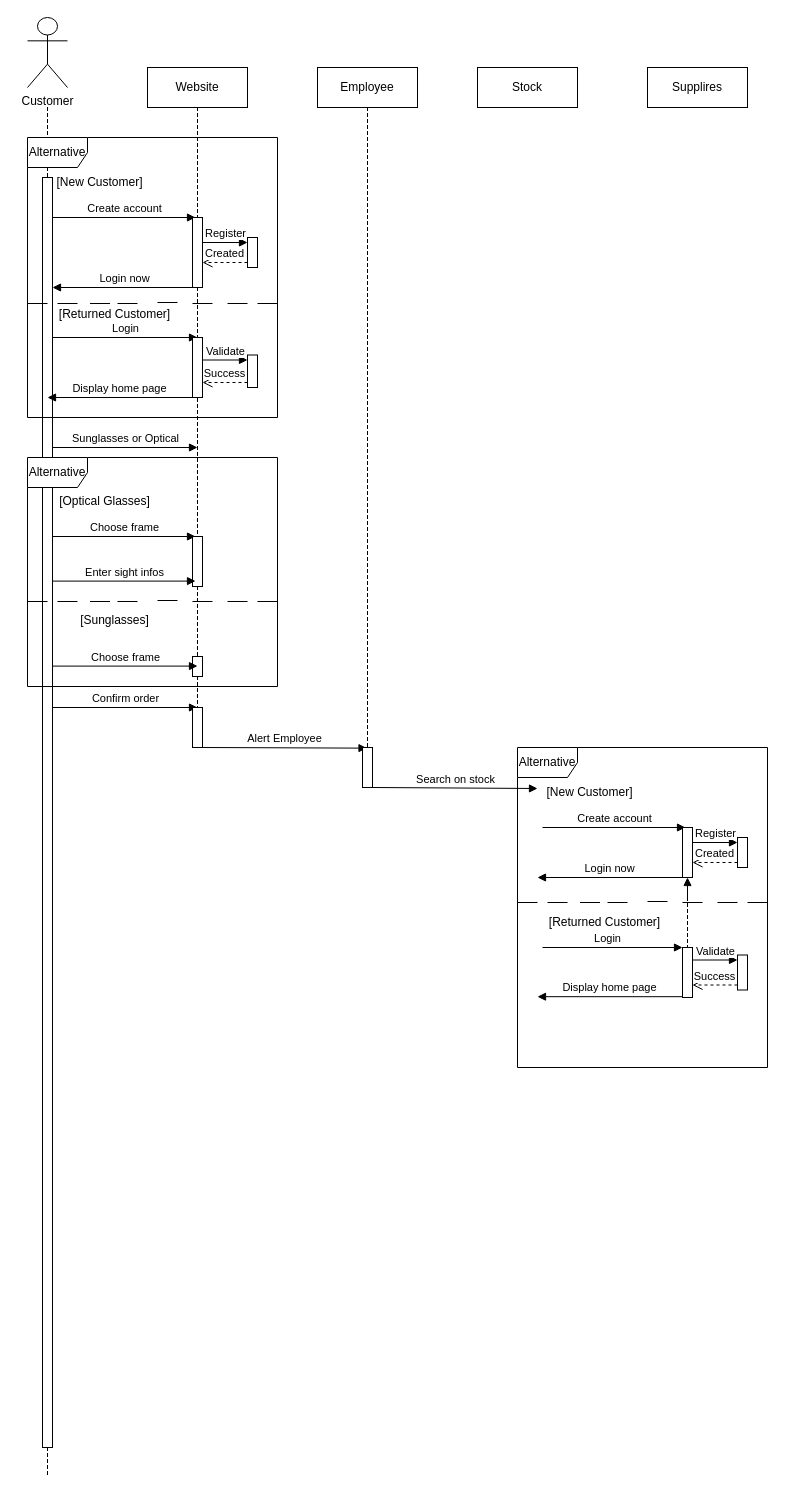
This is Untitled Diagram.drawio from ahmedlshennawy/optional, a draw.io file, before an edit. Source tidied: cells renumbered, new cells numbered last; positions are measured from the earlier drawing's top-left corner, leaving out a move shared by most shapes. Both pictures are drawn from the tidied source at 100%, with x=0, y=0 at pixel (17, 17).
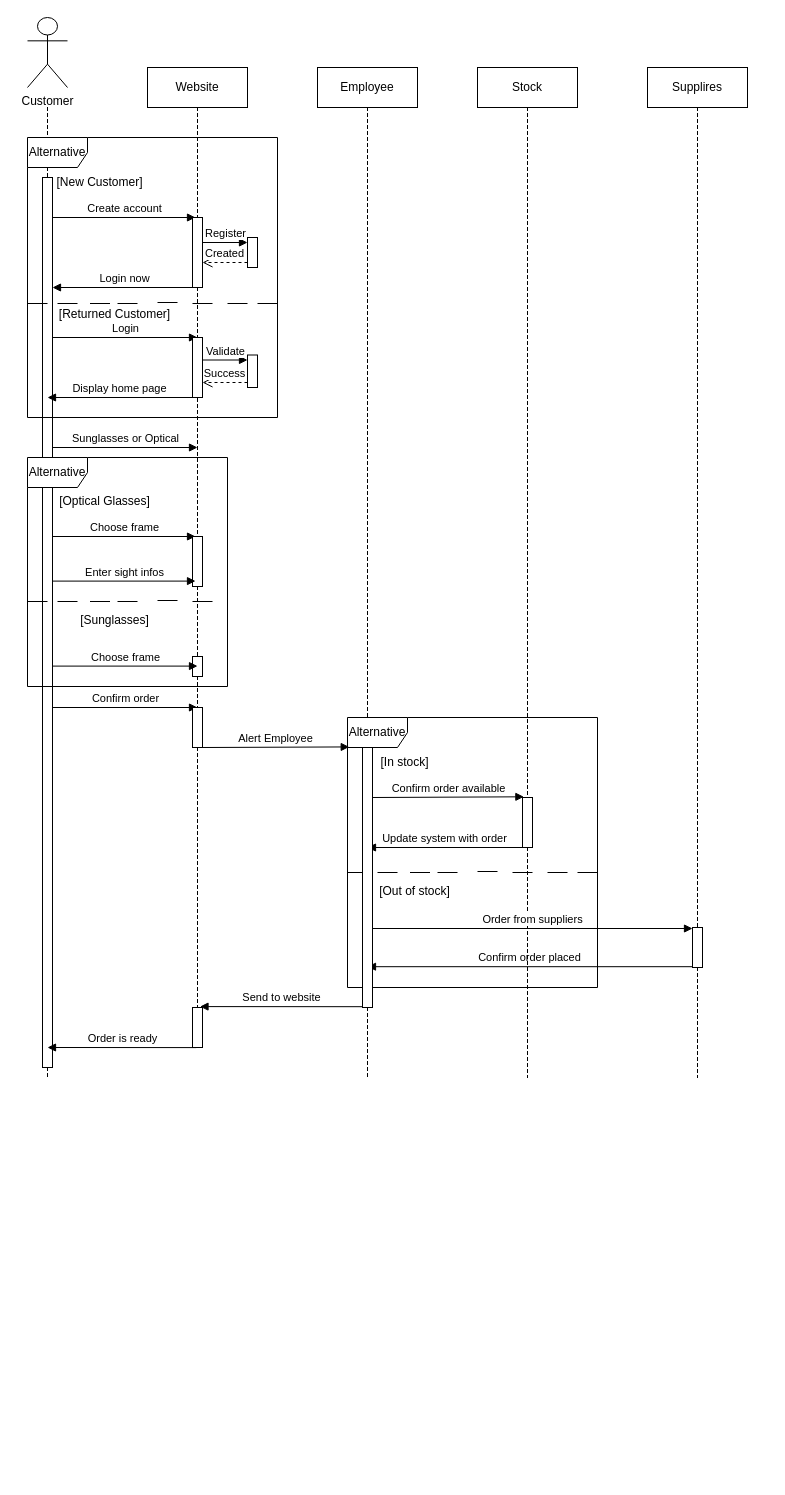
Above is the later version.

What changed in the source:
```diff
@@
     <mxCell id="9" style="html=1;perimeter=orthogonalPerimeter;targetShapes=umlLifeline;newEdgeStyle={&quot;curved&quot;:0,&quot;rounded&quot;:0};" parent="1" vertex="1">
-      <mxGeometry x="25" y="160" width="10" height="1270" as="geometry" />
+      <mxGeometry x="25" y="160" width="10" height="890" as="geometry" />
     </mxCell>
     <mxCell id="10" style="shape=partialRectangle;fillColor=none;align=left;verticalAlign=middle;strokeColor=none;spacingLeft=34;" parent="1" vertex="1">
-      <mxGeometry y="1430" width="90" height="30" as="geometry" />
+      <mxGeometry y="1050" width="90" height="10" as="geometry" />
     </mxCell>
     <mxCell id="11" style="shape=partialRectangle;top=0;left=0;bottom=0;fillColor=none;stokeWidth=1;dashed=1;align=left;verticalAlign=middle;spacingLeft=4;spacingRight=4;overflow=hidden;" parent="10" vertex="1">
-      <mxGeometry width="30" height="30" as="geometry" />
+      <mxGeometry width="30" height="10" as="geometry" />
     </mxCell>
@@
     <mxCell id="41" value="Alternative" style="shape=umlFrame;whiteSpace=wrap;html=1;" parent="1" vertex="1">
-      <mxGeometry x="10" y="440" width="250" height="229" as="geometry" />
+      <mxGeometry x="10" y="440" width="200" height="229" as="geometry" />
     </mxCell>
@@
-    <mxCell id="56" style="line;strokeWidth=1;fillColor=none;align=left;verticalAlign=middle;spacingTop=-1;spacingLeft=3;spacingRight=3;labelPosition=right;strokeColor=inherit;" parent="1" vertex="1">
-      <mxGeometry x="210" y="580" width="20" height="8" as="geometry" />
-    </mxCell>
-    <mxCell id="57" style="line;strokeWidth=1;fillColor=none;align=left;verticalAlign=middle;spacingTop=-1;spacingLeft=3;spacingRight=3;labelPosition=right;strokeColor=inherit;" parent="1" vertex="1">
-      <mxGeometry x="240" y="580" width="20" height="8" as="geometry" />
-    </mxCell>
     <mxCell id="58" value="Alternative" style="shape=umlFrame;whiteSpace=wrap;html=1;" parent="1" vertex="1">
-      <mxGeometry x="500" y="730" width="250" height="320" as="geometry" />
+      <mxGeometry x="330" y="700" width="250" height="270" as="geometry" />
     </mxCell>
-    <mxCell id="59" value="Create account" style="html=1;verticalAlign=bottom;endArrow=block;curved=0;rounded=0;entryX=0.367;entryY=1;entryDx=0;entryDy=0;entryPerimeter=0;" parent="1" edge="1">
+    <mxCell id="59" value="Confirm order available" style="html=1;verticalAlign=bottom;endArrow=block;curved=0;rounded=0;entryX=0.293;entryY=0.999;entryDx=0;entryDy=0;entryPerimeter=0;" parent="1" edge="1" target="96">
       <mxGeometry relative="1" as="geometry">
-        <mxPoint x="525" y="810" as="sourcePoint" />
-        <mxPoint x="668" y="810" as="targetPoint" />
+        <mxPoint x="355" y="780" as="sourcePoint" />
       </mxGeometry>
     </mxCell>
-    <mxCell id="60" value="Login now" style="html=1;verticalAlign=bottom;endArrow=block;curved=0;rounded=0;" parent="1" edge="1" source="88">
+    <mxCell id="60" value="Update system with order" style="html=1;verticalAlign=bottom;endArrow=block;curved=0;rounded=0;" parent="1" edge="1" source="88">
       <mxGeometry relative="1" as="geometry">
-        <mxPoint x="520" y="860" as="targetPoint" />
+        <mxPoint x="350" y="830" as="targetPoint" />
       </mxGeometry>
     </mxCell>
-    <mxCell id="61" style="html=1;points=[[0,0,0,0,5],[0,1,0,0,-5],[1,0,0,0,5],[1,1,0,0,-5]];perimeter=orthogonalPerimeter;outlineConnect=0;targetShapes=umlLifeline;portConstraint=eastwest;newEdgeStyle={&quot;curved&quot;:0,&quot;rounded&quot;:0};" parent="1" vertex="1">
-      <mxGeometry x="720" y="820" width="10" height="30" as="geometry" />
-    </mxCell>
-    <mxCell id="62" value="Register" style="html=1;verticalAlign=bottom;endArrow=block;curved=0;rounded=0;entryX=0;entryY=0;entryDx=0;entryDy=5;" parent="1" edge="1" source="88" target="61">
-      <mxGeometry relative="1" as="geometry" />
-    </mxCell>
-    <mxCell id="63" value="Created" style="html=1;verticalAlign=bottom;endArrow=open;dashed=1;endSize=8;curved=0;rounded=0;exitX=0;exitY=1;exitDx=0;exitDy=-5;" parent="1" edge="1" source="61" target="88">
-      <mxGeometry relative="1" as="geometry" />
-    </mxCell>
-    <mxCell id="64" value="[New Customer]" style="text;html=1;align=center;verticalAlign=middle;whiteSpace=wrap;rounded=0;" parent="1" vertex="1">
-      <mxGeometry x="525" y="760" width="95" height="30" as="geometry" />
+    <mxCell id="64" value="[In stock]" style="text;html=1;align=center;verticalAlign=middle;whiteSpace=wrap;rounded=0;" parent="1" vertex="1">
+      <mxGeometry x="340" y="730" width="95" height="30" as="geometry" />
     </mxCell>
-    <mxCell id="65" value="[Returned Customer]" style="text;html=1;align=center;verticalAlign=middle;whiteSpace=wrap;rounded=0;" parent="1" vertex="1">
-      <mxGeometry x="525" y="890" width="125" height="30" as="geometry" />
+    <mxCell id="65" value="[Out of stock]" style="text;html=1;align=center;verticalAlign=middle;whiteSpace=wrap;rounded=0;" parent="1" vertex="1">
+      <mxGeometry x="335" y="859" width="125" height="30" as="geometry" />
     </mxCell>
-    <mxCell id="66" value="Login" style="html=1;verticalAlign=bottom;endArrow=block;curved=0;rounded=0;" parent="1" edge="1" source="95">
-      <mxGeometry x="1" y="89" relative="1" as="geometry">
-        <mxPoint x="670" y="970" as="targetPoint" />
-        <mxPoint x="9" y="-40" as="offset" />
-      </mxGeometry>
-    </mxCell>
-    <mxCell id="67" value="Display home page" style="html=1;verticalAlign=bottom;endArrow=block;curved=0;rounded=0;" parent="1" edge="1">
+    <mxCell id="67" value="Confirm order placed" style="html=1;verticalAlign=bottom;endArrow=block;curved=0;rounded=0;" parent="1" edge="1" source="99">
       <mxGeometry relative="1" as="geometry">
-        <mxPoint x="665" y="979.2" as="sourcePoint" />
-        <mxPoint x="520" y="979.2" as="targetPoint" />
+        <mxPoint x="350" y="949.2" as="targetPoint" />
       </mxGeometry>
     </mxCell>
-    <mxCell id="68" style="html=1;points=[[0,0,0,0,5],[0,1,0,0,-5],[1,0,0,0,5],[1,1,0,0,-5]];perimeter=orthogonalPerimeter;outlineConnect=0;targetShapes=umlLifeline;portConstraint=eastwest;newEdgeStyle={&quot;curved&quot;:0,&quot;rounded&quot;:0};" parent="1" vertex="1">
-      <mxGeometry x="720" y="937.5" width="10" height="35" as="geometry" />
-    </mxCell>
-    <mxCell id="69" value="Validate" style="html=1;verticalAlign=bottom;endArrow=block;curved=0;rounded=0;entryX=0;entryY=0;entryDx=0;entryDy=5;" parent="1" edge="1" source="95" target="68">
-      <mxGeometry relative="1" as="geometry" />
-    </mxCell>
-    <mxCell id="70" value="Success" style="html=1;verticalAlign=bottom;endArrow=open;dashed=1;endSize=8;curved=0;rounded=0;exitX=0;exitY=1;exitDx=0;exitDy=-5;" parent="1" edge="1" source="68" target="95">
-      <mxGeometry relative="1" as="geometry" />
-    </mxCell>
     <mxCell id="71" style="shape=partialRectangle;fillColor=none;align=left;verticalAlign=middle;strokeColor=none;spacingLeft=34;" parent="1" vertex="1">
-      <mxGeometry x="640" y="880" width="90" height="50" as="geometry" />
+      <mxGeometry x="480" y="830" width="90" height="230" as="geometry" />
     </mxCell>
     <mxCell id="72" style="shape=partialRectangle;top=0;left=0;bottom=0;fillColor=none;stokeWidth=1;dashed=1;align=left;verticalAlign=middle;spacingLeft=4;spacingRight=4;overflow=hidden;" parent="71" vertex="1">
-      <mxGeometry width="30" height="50" as="geometry" />
+      <mxGeometry width="30" height="230" as="geometry" />
     </mxCell>
     <mxCell id="73" style="line;strokeWidth=1;fillColor=none;align=left;verticalAlign=middle;spacingTop=-1;spacingLeft=3;spacingRight=3;labelPosition=right;strokeColor=inherit;" parent="1" vertex="1">
-      <mxGeometry x="500" y="881" width="20" height="8" as="geometry" />
+      <mxGeometry x="330" y="851" width="20" height="8" as="geometry" />
     </mxCell>
     <mxCell id="74" style="line;strokeWidth=1;fillColor=none;align=left;verticalAlign=middle;spacingTop=-1;spacingLeft=3;spacingRight=3;labelPosition=right;strokeColor=inherit;" parent="1" vertex="1">
-      <mxGeometry x="530" y="881" width="20" height="8" as="geometry" />
+      <mxGeometry x="360" y="851" width="20" height="8" as="geometry" />
     </mxCell>
     <mxCell id="75" style="line;strokeWidth=1;fillColor=none;align=left;verticalAlign=middle;spacingTop=-1;spacingLeft=3;spacingRight=3;labelPosition=right;strokeColor=inherit;" parent="1" vertex="1">
-      <mxGeometry x="562.5" y="881" width="20" height="8" as="geometry" />
+      <mxGeometry x="392.5" y="851" width="20" height="8" as="geometry" />
     </mxCell>
     <mxCell id="76" style="line;strokeWidth=1;fillColor=none;align=left;verticalAlign=middle;spacingTop=-1;spacingLeft=3;spacingRight=3;labelPosition=right;strokeColor=inherit;" parent="1" vertex="1">
-      <mxGeometry x="590" y="881" width="20" height="8" as="geometry" />
+      <mxGeometry x="420" y="851" width="20" height="8" as="geometry" />
     </mxCell>
     <mxCell id="77" style="line;strokeWidth=1;fillColor=none;align=left;verticalAlign=middle;spacingTop=-1;spacingLeft=3;spacingRight=3;labelPosition=right;strokeColor=inherit;" parent="1" vertex="1">
-      <mxGeometry x="665" y="881" width="20" height="8" as="geometry" />
+      <mxGeometry x="495" y="851" width="20" height="8" as="geometry" />
     </mxCell>
     <mxCell id="78" style="line;strokeWidth=1;fillColor=none;align=left;verticalAlign=middle;spacingTop=-1;spacingLeft=3;spacingRight=3;labelPosition=right;strokeColor=inherit;" parent="1" vertex="1">
-      <mxGeometry x="630" y="880" width="20" height="8" as="geometry" />
+      <mxGeometry x="460" y="850" width="20" height="8" as="geometry" />
     </mxCell>
     <mxCell id="79" style="line;strokeWidth=1;fillColor=none;align=left;verticalAlign=middle;spacingTop=-1;spacingLeft=3;spacingRight=3;labelPosition=right;strokeColor=inherit;" parent="1" vertex="1">
-      <mxGeometry x="700" y="881" width="20" height="8" as="geometry" />
+      <mxGeometry x="530" y="851" width="20" height="8" as="geometry" />
     </mxCell>
     <mxCell id="80" style="line;strokeWidth=1;fillColor=none;align=left;verticalAlign=middle;spacingTop=-1;spacingLeft=3;spacingRight=3;labelPosition=right;strokeColor=inherit;" parent="1" vertex="1">
-      <mxGeometry x="730" y="881" width="20" height="8" as="geometry" />
+      <mxGeometry x="560" y="851" width="20" height="8" as="geometry" />
     </mxCell>
@@
-    <mxCell id="87" style="html=1;verticalAlign=bottom;endArrow=block;curved=0;rounded=0;" parent="1" edge="1" target="88">
-      <mxGeometry relative="1" as="geometry">
-        <mxPoint x="670" y="880" as="sourcePoint" />
-      </mxGeometry>
-    </mxCell>
     <mxCell id="88" style="html=1;points=[[0,0,0,0,5],[0,1,0,0,-5],[1,0,0,0,5],[1,1,0,0,-5]];perimeter=orthogonalPerimeter;outlineConnect=0;targetShapes=umlLifeline;portConstraint=eastwest;newEdgeStyle={&quot;curved&quot;:0,&quot;rounded&quot;:0};" parent="1" vertex="1">
-      <mxGeometry x="665" y="810" width="10" height="50" as="geometry" />
+      <mxGeometry x="505" y="780" width="10" height="50" as="geometry" />
     </mxCell>
-    <mxCell id="89" value="Alert Employee" style="html=1;verticalAlign=bottom;endArrow=block;curved=0;rounded=0;entryX=0.328;entryY=1.001;entryDx=0;entryDy=0;entryPerimeter=0;" parent="1" edge="1" target="90">
+    <mxCell id="89" value="Alert Employee" style="html=1;verticalAlign=bottom;endArrow=block;curved=0;rounded=0;entryX=0.007;entryY=0.109;entryDx=0;entryDy=0;entryPerimeter=0;" parent="1" edge="1" target="58">
       <mxGeometry relative="1" as="geometry">
         <mxPoint x="185" y="730" as="sourcePoint" />
       </mxGeometry>
     </mxCell>
     <mxCell id="90" style="shape=partialRectangle;fillColor=none;align=left;verticalAlign=middle;strokeColor=none;spacingLeft=34;points=[[0,0.5],[1,0.5]];portConstraint=eastwest;" parent="1" vertex="1">
-      <mxGeometry x="320" y="90" width="90" height="640" as="geometry" />
+      <mxGeometry x="320" y="90" width="90" height="610" as="geometry" />
     </mxCell>
     <mxCell id="91" style="shape=partialRectangle;top=0;left=0;bottom=0;fillColor=none;stokeWidth=1;dashed=1;align=left;verticalAlign=middle;spacingLeft=4;spacingRight=4;overflow=hidden;" parent="90" vertex="1">
-      <mxGeometry width="30" height="640" as="geometry" />
+      <mxGeometry width="30" height="610" as="geometry" />
     </mxCell>
-    <mxCell id="92" style="html=1;perimeter=orthogonalPerimeter;targetShapes=umlLifeline;newEdgeStyle={&quot;curved&quot;:0,&quot;rounded&quot;:0};" parent="1" vertex="1">
-      <mxGeometry x="345" y="730" width="10" height="40" as="geometry" />
-    </mxCell>
-    <mxCell id="93" value="Search on stock" style="html=1;verticalAlign=bottom;endArrow=block;curved=0;rounded=0;entryX=0.328;entryY=1.001;entryDx=0;entryDy=0;entryPerimeter=0;" parent="1" edge="1">
-      <mxGeometry relative="1" as="geometry">
-        <mxPoint x="355" y="770" as="sourcePoint" />
-        <mxPoint x="520" y="771" as="targetPoint" />
-      </mxGeometry>
-    </mxCell>
-    <mxCell id="94" style="html=1;verticalAlign=bottom;endArrow=block;curved=0;rounded=0;" parent="1" edge="1">
-      <mxGeometry relative="1" as="geometry">
-        <mxPoint x="525" y="930" as="sourcePoint" />
-        <mxPoint x="665" y="930" as="targetPoint" />
-      </mxGeometry>
-    </mxCell>
-    <mxCell id="95" style="html=1;points=[[0,0,0,0,5],[0,1,0,0,-5],[1,0,0,0,5],[1,1,0,0,-5]];perimeter=orthogonalPerimeter;outlineConnect=0;targetShapes=umlLifeline;portConstraint=eastwest;newEdgeStyle={&quot;curved&quot;:0,&quot;rounded&quot;:0};" parent="1" vertex="1">
-      <mxGeometry x="665" y="930" width="10" height="50" as="geometry" />
-    </mxCell>
+    <mxCell id="96" style="shape=partialRectangle;fillColor=none;align=left;verticalAlign=middle;strokeColor=none;spacingLeft=34;points=[[0,0.5],[1,0.5]];portConstraint=eastwest;" parent="1" vertex="1">
+      <mxGeometry x="480" y="90" width="90" height="690" as="geometry" />
+    </mxCell>
+    <mxCell id="97" style="shape=partialRectangle;top=0;left=0;bottom=0;fillColor=none;stokeWidth=1;dashed=1;align=left;verticalAlign=middle;spacingLeft=4;spacingRight=4;overflow=hidden;" parent="96" vertex="1">
+      <mxGeometry width="30" height="690" as="geometry" />
+    </mxCell>
+    <mxCell id="98" style="html=1;perimeter=orthogonalPerimeter;targetShapes=umlLifeline;newEdgeStyle={&quot;curved&quot;:0,&quot;rounded&quot;:0};" parent="1" vertex="1">
+      <mxGeometry x="345" y="730" width="10" height="260" as="geometry" />
+    </mxCell>
+    <mxCell id="99" style="html=1;points=[[0,0,0,0,5],[0,1,0,0,-5],[1,0,0,0,5],[1,1,0,0,-5]];perimeter=orthogonalPerimeter;outlineConnect=0;targetShapes=umlLifeline;portConstraint=eastwest;newEdgeStyle={&quot;curved&quot;:0,&quot;rounded&quot;:0};" parent="1" vertex="1">
+      <mxGeometry x="675" y="910" width="10" height="40" as="geometry" />
+    </mxCell>
+    <mxCell id="100" style="shape=partialRectangle;fillColor=none;align=left;verticalAlign=middle;strokeColor=none;spacingLeft=34;" parent="1" vertex="1">
+      <mxGeometry x="650" y="90" width="90" height="820" as="geometry" />
+    </mxCell>
+    <mxCell id="101" style="shape=partialRectangle;top=0;left=0;bottom=0;fillColor=none;stokeWidth=1;dashed=1;align=left;verticalAlign=middle;spacingLeft=4;spacingRight=4;overflow=hidden;" parent="100" vertex="1">
+      <mxGeometry width="30" height="820" as="geometry" />
+    </mxCell>
+    <mxCell id="102" value="Order from suppliers" style="html=1;verticalAlign=bottom;endArrow=block;curved=0;rounded=0;" parent="1" edge="1" target="99">
+      <mxGeometry relative="1" as="geometry">
+        <mxPoint x="355" y="911" as="sourcePoint" />
+      </mxGeometry>
+    </mxCell>
+    <mxCell id="103" style="shape=partialRectangle;fillColor=none;align=left;verticalAlign=middle;strokeColor=none;spacingLeft=34;" parent="1" vertex="1">
+      <mxGeometry x="650" y="950" width="90" height="110" as="geometry" />
+    </mxCell>
+    <mxCell id="104" style="shape=partialRectangle;top=0;left=0;bottom=0;fillColor=none;stokeWidth=1;dashed=1;align=left;verticalAlign=middle;spacingLeft=4;spacingRight=4;overflow=hidden;" parent="103" vertex="1">
+      <mxGeometry width="30" height="110" as="geometry" />
+    </mxCell>
+    <mxCell id="105" style="shape=partialRectangle;fillColor=none;align=left;verticalAlign=middle;strokeColor=none;spacingLeft=34;" parent="1" vertex="1">
+      <mxGeometry x="320" y="990" width="90" height="70" as="geometry" />
+    </mxCell>
+    <mxCell id="106" style="shape=partialRectangle;top=0;left=0;bottom=0;fillColor=none;stokeWidth=1;dashed=1;align=left;verticalAlign=middle;spacingLeft=4;spacingRight=4;overflow=hidden;" parent="105" vertex="1">
+      <mxGeometry width="30" height="70" as="geometry" />
+    </mxCell>
+    <mxCell id="107" style="shape=partialRectangle;fillColor=none;align=left;verticalAlign=middle;strokeColor=none;spacingLeft=34;" parent="1" vertex="1">
+      <mxGeometry x="150" y="730" width="90" height="260" as="geometry" />
+    </mxCell>
+    <mxCell id="108" style="shape=partialRectangle;top=0;left=0;bottom=0;fillColor=none;stokeWidth=1;dashed=1;align=left;verticalAlign=middle;spacingLeft=4;spacingRight=4;overflow=hidden;" parent="107" vertex="1">
+      <mxGeometry width="30" height="260" as="geometry" />
+    </mxCell>
+    <mxCell id="109" value="Send to website" style="html=1;verticalAlign=bottom;endArrow=block;curved=0;rounded=0;" parent="1" edge="1">
+      <mxGeometry relative="1" as="geometry">
+        <mxPoint x="345" y="989.2" as="sourcePoint" />
+        <mxPoint x="182.5" y="989.1" as="targetPoint" />
+      </mxGeometry>
+    </mxCell>
+    <mxCell id="110" style="html=1;perimeter=orthogonalPerimeter;targetShapes=umlLifeline;newEdgeStyle={&quot;curved&quot;:0,&quot;rounded&quot;:0};" parent="1" vertex="1">
+      <mxGeometry x="175" y="990" width="10" height="40" as="geometry" />
+    </mxCell>
+    <mxCell id="111" value="Order is ready" style="html=1;verticalAlign=bottom;endArrow=block;curved=0;rounded=0;" parent="1" edge="1">
+      <mxGeometry relative="1" as="geometry">
+        <mxPoint x="178.8" y="1030.1" as="sourcePoint" />
+        <mxPoint x="30" y="1030" as="targetPoint" />
+      </mxGeometry>
+    </mxCell>
```
